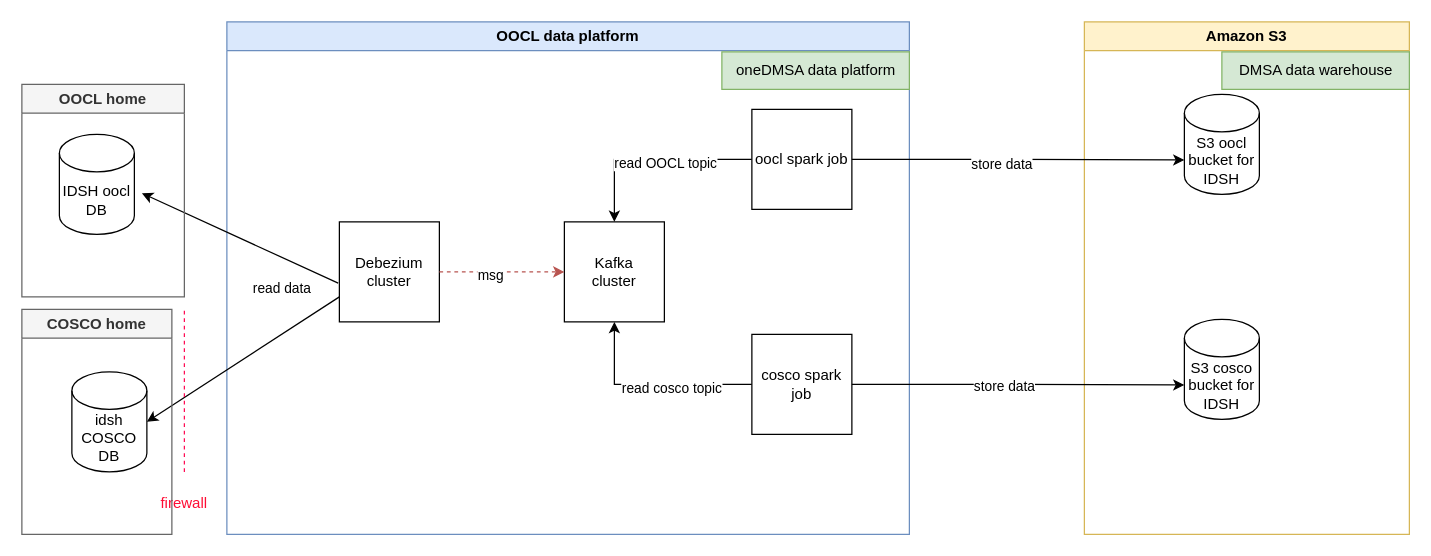
tigerliu0215/Resources keeps this draw.io diagram as 未命名绘图.drawio. Above is the earlier version. Source tidied: cells renumbered, new cells numbered last; positions are measured from the earlier drawing's top-left corner, leaving out a move shared by most shapes. Both pictures are drawn from the tidied source at 125%, with x=0, y=0 at pixel (21, 21).
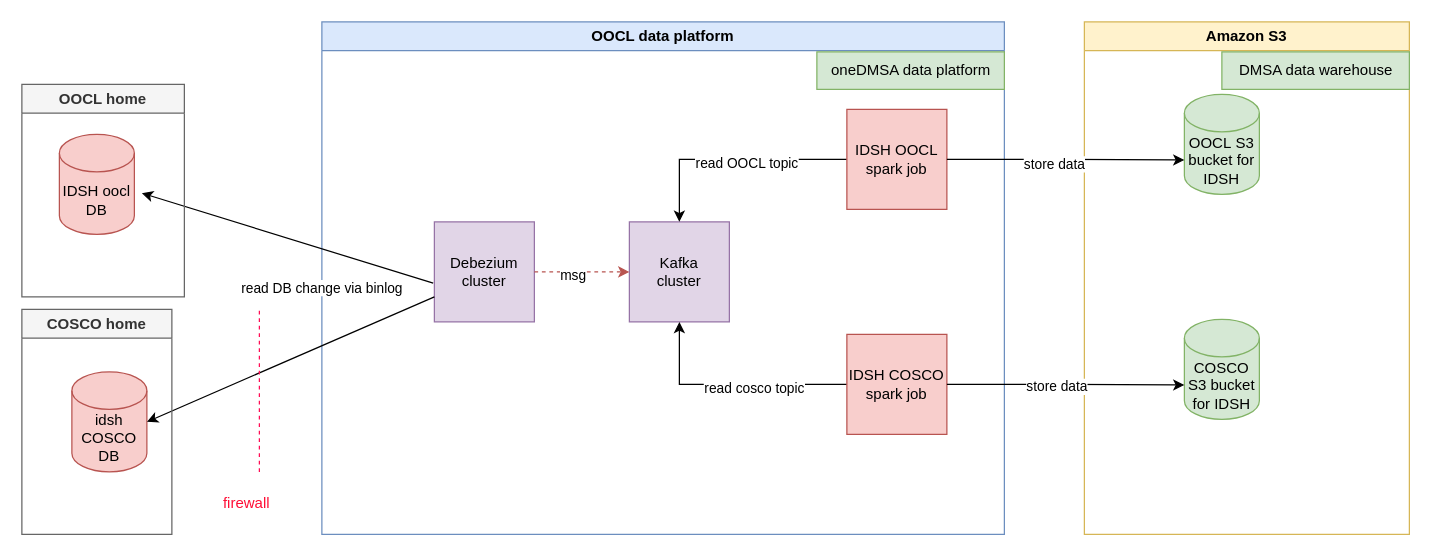
The same page after the edit.

Commit message:
更新未命名绘图.drawio

Unchanged cells that the change refers to:
```xml
<mxCell id="14" value="Amazon S3" style="swimlane;whiteSpace=wrap;html=1;fillColor=#fff2cc;strokeColor=#d6b656;" parent="1" vertex="1">
  <mxGeometry x="850" width="260" height="410" as="geometry" />
</mxCell>
<mxCell id="20" style="endArrow=classic;html=1;rounded=0;exitX=-0.012;exitY=0.613;exitDx=0;exitDy=0;exitPerimeter=0;entryX=1.1;entryY=0.588;entryDx=0;entryDy=0;entryPerimeter=0;" parent="1" edge="1" source="3" target="19">
  <mxGeometry relative="1" as="geometry" />
</mxCell>
```

Change to the diagram source:
```diff
@@
     <mxCell id="2" value="OOCL data platform" style="swimlane;whiteSpace=wrap;html=1;fillColor=#dae8fc;strokeColor=#6c8ebf;" parent="1" vertex="1">
-      <mxGeometry x="164" width="546" height="410" as="geometry" />
+      <mxGeometry x="240" width="546" height="410" as="geometry" />
     </mxCell>
-    <mxCell id="3" value="Debezium&lt;br&gt;cluster" style="whiteSpace=wrap;html=1;" parent="2" vertex="1">
+    <mxCell id="3" value="Debezium&lt;br&gt;cluster" style="whiteSpace=wrap;html=1;fillColor=#e1d5e7;strokeColor=#9673a6;" parent="2" vertex="1">
       <mxGeometry x="90" y="160" width="80" height="80" as="geometry" />
     </mxCell>
-    <mxCell id="4" value="Kafka&lt;br&gt;cluster" style="whiteSpace=wrap;html=1;" parent="2" vertex="1">
-      <mxGeometry x="270" y="160" width="80" height="80" as="geometry" />
+    <mxCell id="4" value="Kafka&lt;br&gt;cluster" style="whiteSpace=wrap;html=1;fillColor=#e1d5e7;strokeColor=#9673a6;" parent="2" vertex="1">
+      <mxGeometry x="246" y="160" width="80" height="80" as="geometry" />
     </mxCell>
@@
-    <mxCell id="9" value="oocl spark job" style="whiteSpace=wrap;html=1;" parent="2" vertex="1">
+    <mxCell id="9" value="IDSH OOCL spark job" style="whiteSpace=wrap;html=1;fillColor=#f8cecc;strokeColor=#b85450;" parent="2" vertex="1">
       <mxGeometry x="420" y="70" width="80" height="80" as="geometry" />
     </mxCell>
@@
-    <mxCell id="12" value="cosco spark job" style="whiteSpace=wrap;html=1;" parent="2" vertex="1">
+    <mxCell id="12" value="IDSH COSCO spark job" style="whiteSpace=wrap;html=1;fillColor=#f8cecc;strokeColor=#b85450;" parent="2" vertex="1">
       <mxGeometry x="420" y="250" width="80" height="80" as="geometry" />
     </mxCell>
@@
-    <mxCell id="15" value="S3 oocl bucket for IDSH" style="shape=cylinder3;whiteSpace=wrap;html=1;boundedLbl=1;backgroundOutline=1;size=15;" parent="14" vertex="1">
+    <mxCell id="15" value="OOCL&amp;nbsp;S3 bucket for IDSH" style="shape=cylinder3;whiteSpace=wrap;html=1;boundedLbl=1;backgroundOutline=1;size=15;fillColor=#d5e8d4;strokeColor=#82b366;" parent="14" vertex="1">
       <mxGeometry x="80" y="58" width="60" height="80" as="geometry" />
     </mxCell>
-    <mxCell id="16" value="S3 cosco bucket for IDSH" style="shape=cylinder3;whiteSpace=wrap;html=1;boundedLbl=1;backgroundOutline=1;size=15;" parent="14" vertex="1">
+    <mxCell id="16" value="COSCO S3 bucket for IDSH" style="shape=cylinder3;whiteSpace=wrap;html=1;boundedLbl=1;backgroundOutline=1;size=15;fillColor=#d5e8d4;strokeColor=#82b366;" parent="14" vertex="1">
       <mxGeometry x="80" y="238" width="60" height="80" as="geometry" />
     </mxCell>
@@
-    <mxCell id="18" value="idsh COSCO DB" style="shape=cylinder3;whiteSpace=wrap;html=1;boundedLbl=1;backgroundOutline=1;size=15;" parent="1" vertex="1">
+    <mxCell id="18" value="idsh COSCO DB" style="shape=cylinder3;whiteSpace=wrap;html=1;boundedLbl=1;backgroundOutline=1;size=15;fillColor=#f8cecc;strokeColor=#b85450;" parent="1" vertex="1">
       <mxGeometry x="40" y="280" width="60" height="80" as="geometry" />
     </mxCell>
-    <mxCell id="19" value="IDSH oocl DB" style="shape=cylinder3;whiteSpace=wrap;html=1;boundedLbl=1;backgroundOutline=1;size=15;" parent="1" vertex="1">
+    <mxCell id="19" value="IDSH oocl DB" style="shape=cylinder3;whiteSpace=wrap;html=1;boundedLbl=1;backgroundOutline=1;size=15;fillColor=#f8cecc;strokeColor=#b85450;" parent="1" vertex="1">
       <mxGeometry x="30" y="90" width="60" height="80" as="geometry" />
     </mxCell>
@@
-    <mxCell id="21" value="read data" style="edgeLabel;html=1;align=center;verticalAlign=middle;" parent="20" vertex="1">
+    <mxCell id="21" value="read DB change via binlog" style="edgeLabel;html=1;align=center;verticalAlign=middle;" parent="20" vertex="1">
       <mxGeometry x="0.28" y="1" relative="1" as="geometry">
-        <mxPoint x="56" y="49" as="offset" />
+        <mxPoint x="60" y="49" as="offset" />
       </mxGeometry>
     </mxCell>
@@
     <mxCell id="23" style="endArrow=none;dashed=1;html=1;rounded=0;strokeColor=#FF0D55;" parent="1" edge="1">
       <mxGeometry relative="1" as="geometry">
-        <mxPoint x="130" y="360" as="sourcePoint" />
-        <mxPoint x="130" y="230" as="targetPoint" />
+        <mxPoint x="190" y="360" as="sourcePoint" />
+        <mxPoint x="190" y="230" as="targetPoint" />
       </mxGeometry>
     </mxCell>
     <mxCell id="24" value="&lt;font color=&quot;#ff0d35&quot;&gt;firewall&lt;/font&gt;" style="text;html=1;strokeColor=none;fillColor=none;align=center;verticalAlign=middle;whiteSpace=wrap;rounded=0;" parent="1" vertex="1">
-      <mxGeometry x="100" y="370" width="60" height="30" as="geometry" />
+      <mxGeometry x="150" y="370" width="60" height="30" as="geometry" />
     </mxCell>
```
